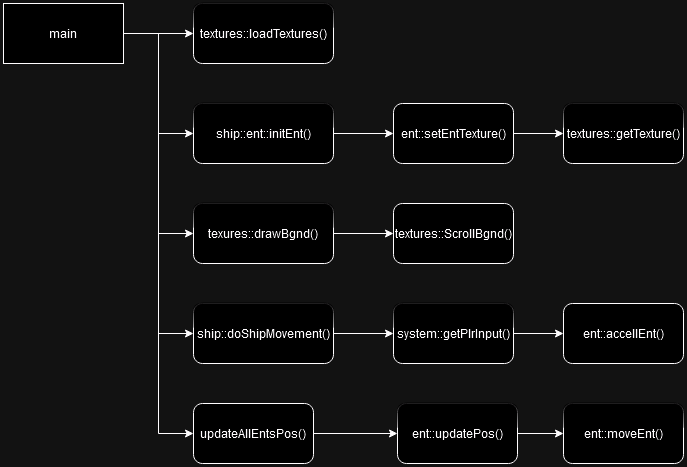
Earlier version of the draw.io export evidenceFolder/homework3/drawDocStuff/hw3 ugradedPlan pdd.drawio.png (dr1zzleGDShu/miscRepoFixed). Source tidied: cells renumbered, new cells last; positions are measured from the earlier drawing's top-left corner, leaving out a move shared by most shapes.
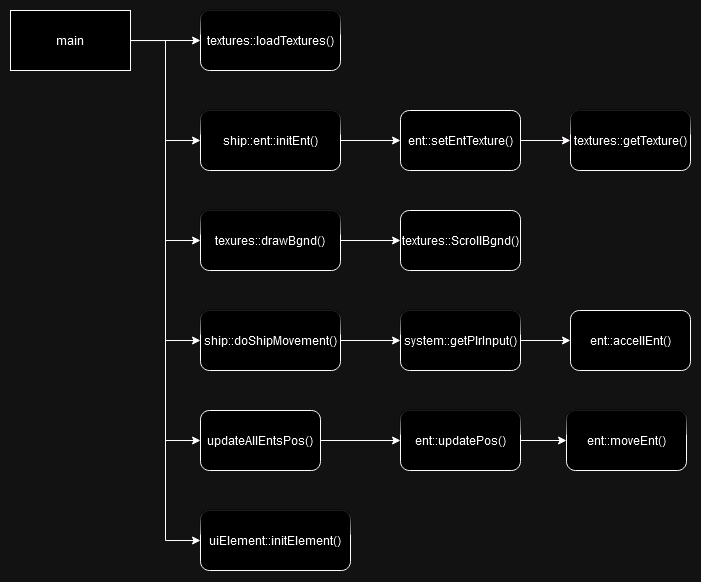
Above is the later version.

Diff of the diagram source:
```diff
@@ -17,6 +17,9 @@
     <mxCell id="6" style="edgeStyle=orthogonalEdgeStyle;rounded=0;jettySize=auto;html=1;entryX=0;entryY=0.5;entryDx=0;entryDy=0;" parent="1" edge="1" source="7" target="23">
       <mxGeometry relative="1" as="geometry" />
     </mxCell>
+    <mxCell id="27" style="edgeStyle=orthogonalEdgeStyle;rounded=0;jettySize=auto;html=1;entryX=0;entryY=0.5;entryDx=0;entryDy=0;" parent="1" edge="1" source="7" target="28">
+      <mxGeometry relative="1" as="geometry" />
+    </mxCell>
     <mxCell id="7" value="&lt;div&gt;main&lt;/div&gt;" style="rounded=0;whiteSpace=wrap;html=1;" parent="1" vertex="1">
       <mxGeometry width="120" height="60" as="geometry" />
     </mxCell>
@@ -72,10 +75,13 @@
       <mxGeometry relative="1" as="geometry" />
     </mxCell>
     <mxCell id="25" value="ent::updatePos()" style="rounded=1;whiteSpace=wrap;html=1;glass=1;" parent="1" vertex="1">
-      <mxGeometry x="394" y="400" width="120" height="60" as="geometry" />
+      <mxGeometry x="390" y="400" width="120" height="60" as="geometry" />
     </mxCell>
     <mxCell id="26" value="ent::moveEnt()" style="rounded=1;whiteSpace=wrap;html=1;glass=1;" parent="1" vertex="1">
-      <mxGeometry x="560" y="400" width="120" height="60" as="geometry" />
+      <mxGeometry x="556" y="400" width="120" height="60" as="geometry" />
     </mxCell>
+    <mxCell id="28" value="uiElement::initElement()" style="rounded=1;whiteSpace=wrap;html=1;glass=1;" parent="1" vertex="1">
+      <mxGeometry x="190" y="500" width="150" height="60" as="geometry" />
+    </mxCell>
   </root>
 </mxGraphModel>
```
